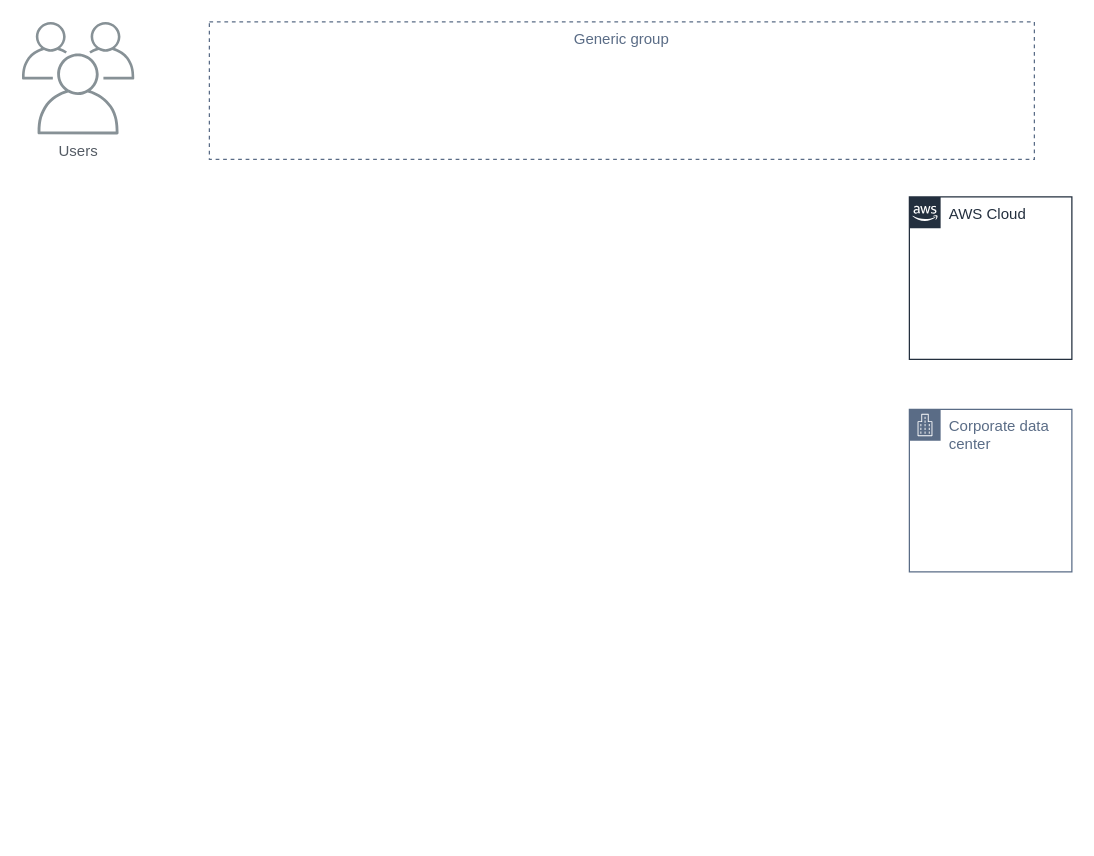
Above: DrawIO/CSM cicd.drawio in josephlim75/technologies (draw.io), before the change. Source tidied: cells renumbered, new cells numbered last; positions are measured from the earlier drawing's top-left corner, leaving out a move shared by most shapes. Both pictures are drawn from the tidied source at 125%, with x=0, y=0 at pixel (21, 21). Pictures stored in the file or linked from it are replaced by grey dashed boxes.
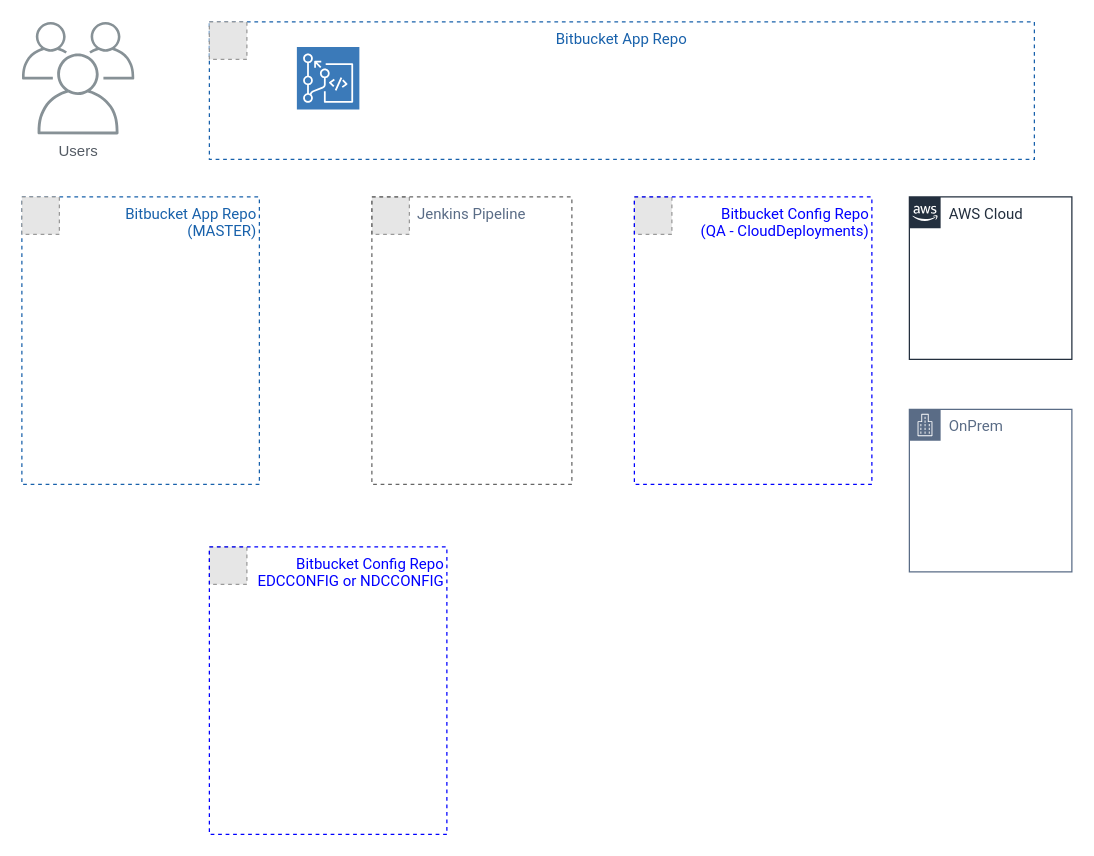
The same page after the edit.

What changed in the source:
```diff
@@
 <mxGraphModel>
   <root>
     <mxCell id="0" />
     <mxCell id="1" parent="0" />
     <mxCell id="2" value="Users" style="gradientColor=none;fontColor=#545B64;strokeColor=none;fillColor=#879196;dashed=0;verticalLabelPosition=bottom;verticalAlign=top;align=center;html=1;fontSize=12;fontStyle=0;shape=mxgraph.aws4.illustration_users;" parent="1" vertex="1">
       <mxGeometry width="90" height="90" as="geometry" />
     </mxCell>
-    <mxCell id="3" value="Generic group" style="fillColor=none;strokeColor=#5A6C86;dashed=1;verticalAlign=top;fontStyle=0;fontColor=#5A6C86;" parent="1" vertex="1">
+    <mxCell id="3" value="Bitbucket App Repo" style="fillColor=none;strokeColor=#1861AB;dashed=1;verticalAlign=top;fontStyle=0;fontColor=#1861AB;fontFamily=Roboto;" parent="1" vertex="1">
       <mxGeometry x="150" width="660" height="110" as="geometry" />
     </mxCell>
-    <mxCell id="4" value="AWS Cloud" style="gradientColor=none;html=1;whiteSpace=wrap;fontSize=12;fontStyle=0;shape=mxgraph.aws4.group;grIcon=mxgraph.aws4.group_aws_cloud_alt;strokeColor=#232F3E;fillColor=none;verticalAlign=top;align=left;spacingLeft=30;fontColor=#232F3E;dashed=0;" parent="1" vertex="1">
+    <mxCell id="4" value="AWS Cloud" style="gradientColor=none;html=1;whiteSpace=wrap;fontSize=12;fontStyle=0;shape=mxgraph.aws4.group;grIcon=mxgraph.aws4.group_aws_cloud_alt;strokeColor=#232F3E;fillColor=none;verticalAlign=top;align=left;spacingLeft=30;fontColor=#232F3E;dashed=0;fontFamily=Roboto;" parent="1" vertex="1">
       <mxGeometry x="710" y="140" width="130" height="130" as="geometry" />
     </mxCell>
-    <mxCell id="5" value="Corporate data center" style="gradientColor=none;html=1;whiteSpace=wrap;fontSize=12;fontStyle=0;shape=mxgraph.aws4.group;grIcon=mxgraph.aws4.group_corporate_data_center;strokeColor=#5A6C86;fillColor=none;verticalAlign=top;align=left;spacingLeft=30;fontColor=#5A6C86;dashed=0;" parent="1" vertex="1">
+    <mxCell id="5" value="OnPrem" style="gradientColor=none;html=1;whiteSpace=wrap;fontSize=12;fontStyle=0;shape=mxgraph.aws4.group;grIcon=mxgraph.aws4.group_corporate_data_center;strokeColor=#5A6C86;fillColor=none;verticalAlign=top;align=left;spacingLeft=30;fontColor=#5A6C86;dashed=0;fontFamily=Roboto;" parent="1" vertex="1">
       <mxGeometry x="710" y="310" width="130" height="130" as="geometry" />
     </mxCell>
+    <mxCell id="6" style="fillColor=#E6E6E6;strokeColor=#999999;dashed=1;verticalLabelPosition=bottom;verticalAlign=top;" parent="1" vertex="1">
+      <mxGeometry x="150" width="30" height="30" as="geometry" />
+    </mxCell>
+    <mxCell id="7" value="Bitbucket App Repo &#10;(MASTER)" style="fillColor=none;strokeColor=#1861AB;dashed=1;verticalAlign=top;fontStyle=0;fontColor=#1861AB;fontFamily=Roboto;align=right;" parent="1" vertex="1">
+      <mxGeometry y="140" width="190" height="230" as="geometry" />
+    </mxCell>
+    <mxCell id="8" style="fillColor=#E6E6E6;strokeColor=#999999;dashed=1;verticalLabelPosition=bottom;verticalAlign=top;" parent="1" vertex="1">
+      <mxGeometry y="140" width="30" height="30" as="geometry" />
+    </mxCell>
+    <mxCell id="9" style="fillColor=#E6E6E6;strokeColor=#999999;dashed=1;verticalLabelPosition=bottom;verticalAlign=top;fontColor=#1861AB;" parent="1" vertex="1">
+      <mxGeometry x="280" y="140" width="30" height="30" as="geometry" />
+    </mxCell>
+    <mxCell id="10" value="Jenkins Pipeline" style="fillColor=none;strokeColor=#666666;dashed=1;verticalAlign=top;fontStyle=0;fontColor=#5A6C86;fontFamily=Roboto;" parent="1" vertex="1">
+      <mxGeometry x="280" y="140" width="160" height="230" as="geometry" />
+    </mxCell>
+    <mxCell id="11" style="fontColor=#232F3E;gradientColor=none;gradientDirection=north;fillColor=#3B7AB9;strokeColor=#ffffff;dashed=0;verticalLabelPosition=bottom;verticalAlign=top;align=center;html=1;fontSize=12;fontStyle=0;shape=mxgraph.aws4.resourceIcon;resIcon=mxgraph.aws4.codecommit;" parent="1" vertex="1">
+      <mxGeometry x="220" y="20" width="50" height="50" as="geometry" />
+    </mxCell>
+    <mxCell id="12" style="fillColor=#E6E6E6;strokeColor=#999999;dashed=1;verticalLabelPosition=bottom;verticalAlign=top;fontFamily=Roboto;fontColor=#1861AB;" parent="1" vertex="1">
+      <mxGeometry x="490" y="140" width="30" height="30" as="geometry" />
+    </mxCell>
+    <mxCell id="13" value="Bitbucket Config Repo &#10;(QA - CloudDeployments)" style="fillColor=none;strokeColor=#0000FF;dashed=1;verticalAlign=top;fontStyle=0;fontColor=#0000FF;fontFamily=Roboto;align=right;" parent="1" vertex="1">
+      <mxGeometry x="490" y="140" width="190" height="230" as="geometry" />
+    </mxCell>
+    <mxCell id="14" style="fillColor=#E6E6E6;strokeColor=#999999;dashed=1;verticalLabelPosition=bottom;verticalAlign=top;fontFamily=Roboto;fontColor=#1861AB;" parent="1" vertex="1">
+      <mxGeometry x="150" y="420" width="30" height="30" as="geometry" />
+    </mxCell>
+    <mxCell id="15" value="Bitbucket Config Repo&#10;EDCCONFIG or NDCCONFIG" style="fillColor=none;strokeColor=#0000FF;dashed=1;verticalAlign=top;fontStyle=0;fontColor=#0000FF;fontFamily=Roboto;align=right;" parent="1" vertex="1">
+      <mxGeometry x="150" y="420" width="190" height="230" as="geometry" />
+    </mxCell>
   </root>
 </mxGraphModel>
```
